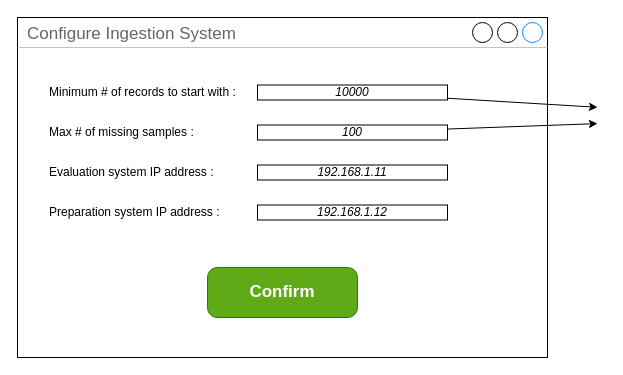
Earlier version of the draw.io diagram configure/Capecchi/ingestion_system(CAPE).drawio (BaffoBello14/AutomaticDamagesRecognition). Source tidied: cells renumbered, new cells numbered last; positions are measured from the earlier drawing's top-left corner, leaving out a move shared by most shapes. Both pictures are drawn from the tidied source at 100%, with x=0, y=0 at pixel (17, 17).
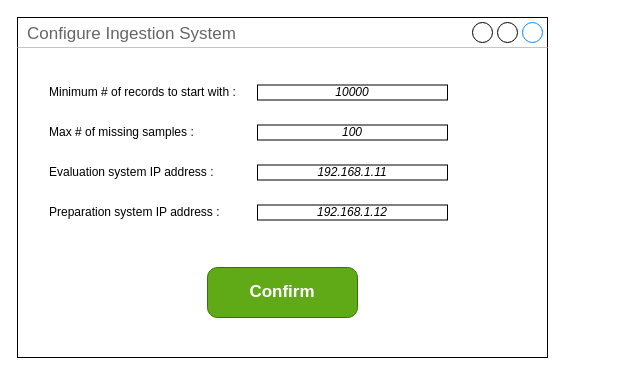
The same diagram, later.

Diff of the diagram source:
```diff
@@
 <mxGraphModel>
   <root>
     <mxCell id="0" />
     <mxCell id="1" parent="0" />
     <mxCell id="2" value="Configure Ingestion System" style="strokeWidth=1;shadow=0;dashed=0;align=center;html=1;shape=mxgraph.mockup.containers.window;align=left;verticalAlign=top;spacingLeft=8;strokeColor2=#008cff;strokeColor3=#c4c4c4;fontColor=#666666;mainText=;fontSize=17;labelBackgroundColor=none;whiteSpace=wrap;" parent="1" vertex="1">
       <mxGeometry width="530" height="340" as="geometry" />
     </mxCell>
     <mxCell id="3" value="Confirm" style="strokeWidth=1;shadow=0;dashed=0;align=center;html=1;shape=mxgraph.mockup.buttons.button;strokeColor=#2D7600;fontColor=#ffffff;mainText=;buttonStyle=round;fontSize=17;fontStyle=1;fillColor=#60a917;whiteSpace=wrap;" parent="1" vertex="1">
       <mxGeometry x="190" y="250" width="150" height="50" as="geometry" />
     </mxCell>
     <mxCell id="4" value="Minimum # of records to start with :" style="text;html=1;strokeColor=none;fillColor=none;align=left;verticalAlign=middle;whiteSpace=wrap;rounded=0;" parent="1" vertex="1">
       <mxGeometry x="30" y="60" width="210" height="30" as="geometry" />
     </mxCell>
-    <mxCell id="5" style="edgeStyle=none;html=1;" parent="1" edge="1" source="6">
-      <mxGeometry relative="1" as="geometry">
-        <mxPoint x="580" y="89.8" as="targetPoint" />
-      </mxGeometry>
-    </mxCell>
     <mxCell id="6" value="&lt;i&gt;&lt;font&gt;10000&lt;/font&gt;&lt;/i&gt;" style="rounded=0;whiteSpace=wrap;html=1;fontColor=#000000;" parent="1" vertex="1">
       <mxGeometry x="240" y="67.5" width="190" height="15" as="geometry" />
     </mxCell>
     <mxCell id="7" value="Max # of missing samples :" style="text;html=1;strokeColor=none;fillColor=none;align=left;verticalAlign=middle;whiteSpace=wrap;rounded=0;" parent="1" vertex="1">
       <mxGeometry x="30" y="100" width="210" height="30" as="geometry" />
     </mxCell>
-    <mxCell id="8" style="edgeStyle=none;html=1;" parent="1" edge="1" source="9">
-      <mxGeometry relative="1" as="geometry">
-        <mxPoint x="580" y="106.1" as="targetPoint" />
-      </mxGeometry>
-    </mxCell>
     <mxCell id="9" value="&lt;i&gt;&lt;font&gt;100&lt;/font&gt;&lt;/i&gt;" style="rounded=0;whiteSpace=wrap;html=1;fontColor=#000000;" parent="1" vertex="1">
       <mxGeometry x="240" y="107.5" width="190" height="15" as="geometry" />
     </mxCell>
     <mxCell id="10" value="Evaluation system IP address :" style="text;html=1;strokeColor=none;fillColor=none;align=left;verticalAlign=middle;whiteSpace=wrap;rounded=0;" parent="1" vertex="1">
       <mxGeometry x="30" y="140" width="210" height="30" as="geometry" />
     </mxCell>
     <mxCell id="11" value="&lt;i style=&quot;border-color: var(--border-color);&quot;&gt;&lt;font style=&quot;border-color: var(--border-color);&quot;&gt;192.168.1.11&lt;/font&gt;&lt;/i&gt;" style="rounded=0;whiteSpace=wrap;html=1;fontColor=#000000;" parent="1" vertex="1">
       <mxGeometry x="240" y="147.5" width="190" height="15" as="geometry" />
     </mxCell>
     <mxCell id="12" value="Preparation system IP address :" style="text;html=1;strokeColor=none;fillColor=none;align=left;verticalAlign=middle;whiteSpace=wrap;rounded=0;" parent="1" vertex="1">
       <mxGeometry x="30" y="180" width="210" height="30" as="geometry" />
     </mxCell>
     <mxCell id="13" value="&lt;i style=&quot;border-color: var(--border-color);&quot;&gt;&lt;font style=&quot;border-color: var(--border-color);&quot;&gt;192.168.1.12&lt;/font&gt;&lt;/i&gt;" style="rounded=0;whiteSpace=wrap;html=1;fontColor=#000000;" parent="1" vertex="1">
       <mxGeometry x="240" y="187.5" width="190" height="15" as="geometry" />
     </mxCell>
   </root>
 </mxGraphModel>
```
